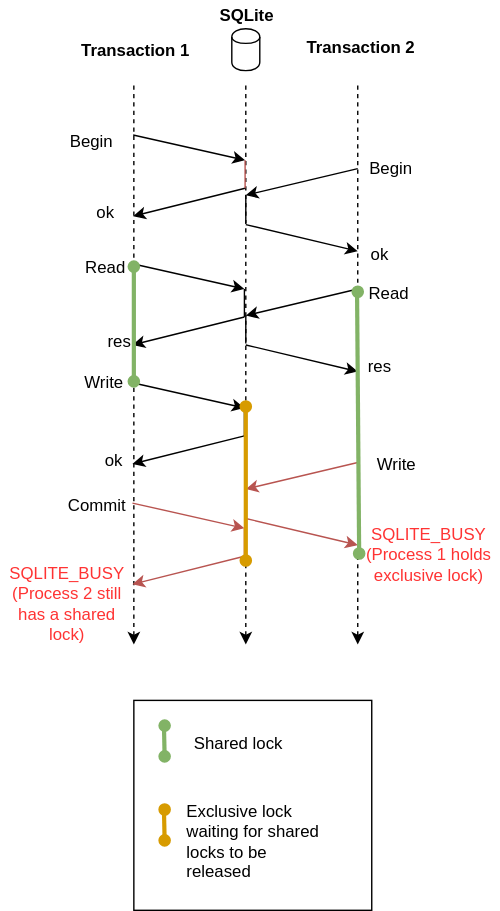
Above: public/images/deadlock.svg in activesphere/activesphere.github.io (draw.io), before the change. Source tidied: cells renumbered, new cells last; positions are measured from the earlier drawing's top-left corner, leaving out a move shared by most shapes.
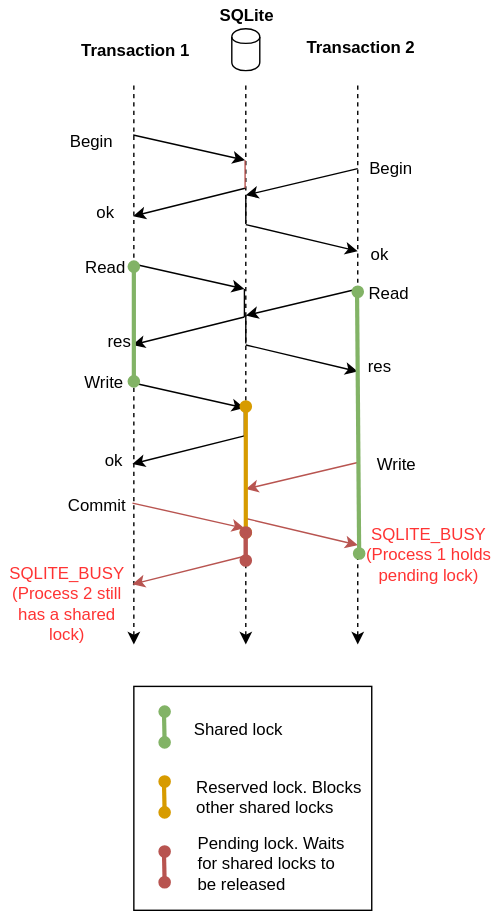
Above is the later version.

Commit message:
more sqlite post updates

What changed in the source:
```diff
@@ -194,7 +194,7 @@
     <mxCell id="41" value="Commit&lt;br&gt;" style="text;html=1;strokeColor=none;fillColor=none;align=center;verticalAlign=middle;whiteSpace=wrap;rounded=0;" parent="1" vertex="1">
       <mxGeometry x="45" y="350" width="48" height="20" as="geometry" />
     </mxCell>
-    <mxCell id="42" value="SQLITE_BUSY (Process 1 holds exclusive lock)&lt;br&gt;" style="text;html=1;strokeColor=none;fillColor=none;align=center;verticalAlign=middle;whiteSpace=wrap;rounded=0;fontColor=#FF3333;" parent="1" vertex="1">
+    <mxCell id="42" value="SQLITE_BUSY (Process 1 holds pending lock)&lt;br&gt;" style="text;html=1;strokeColor=none;fillColor=none;align=center;verticalAlign=middle;whiteSpace=wrap;rounded=0;fontColor=#FF3333;" parent="1" vertex="1">
       <mxGeometry x="256" y="380" width="100" height="30" as="geometry" />
     </mxCell>
     <mxCell id="43" value="SQLITE_BUSY (Process 2 still has a shared lock)&lt;br&gt;" style="text;html=1;strokeColor=none;fillColor=none;align=center;verticalAlign=middle;whiteSpace=wrap;rounded=0;fontColor=#FF3333;" parent="1" vertex="1">
@@ -206,37 +206,52 @@
         <mxPoint x="95" y="190" as="targetPoint" />
       </mxGeometry>
     </mxCell>
-    <mxCell id="45" style="endArrow=oval;html=1;strokeWidth=3;fillColor=#ffe6cc;strokeColor=#d79b00;startArrow=oval;startFill=1;endFill=1;" parent="1" edge="1">
+    <mxCell id="45" style="endArrow=oval;html=1;entryX=1;entryY=0.5;exitX=0;exitY=0.5;strokeWidth=3;fillColor=#d5e8d4;strokeColor=#82b366;startArrow=oval;startFill=1;endFill=1;" parent="1" edge="1" source="42">
       <mxGeometry relative="1" as="geometry">
-        <mxPoint x="175" y="400" as="sourcePoint" />
-        <mxPoint x="175" y="290" as="targetPoint" />
+        <mxPoint x="254.5" y="208" as="targetPoint" />
       </mxGeometry>
     </mxCell>
-    <mxCell id="46" style="endArrow=oval;html=1;entryX=1;entryY=0.5;exitX=0;exitY=0.5;strokeWidth=3;fillColor=#d5e8d4;strokeColor=#82b366;startArrow=oval;startFill=1;endFill=1;" parent="1" edge="1" source="42">
-      <mxGeometry relative="1" as="geometry">
-        <mxPoint x="254.5" y="208" as="targetPoint" />
-      </mxGeometry>
+    <mxCell id="46" style="rounded=0;whiteSpace=wrap;html=1;" parent="1" vertex="1">
+      <mxGeometry x="95" y="490" width="170" height="160" as="geometry" />
     </mxCell>
-    <mxCell id="47" style="rounded=0;whiteSpace=wrap;html=1;" parent="1" vertex="1">
-      <mxGeometry x="95" y="500" width="170" height="150" as="geometry" />
+    <mxCell id="47" style="endArrow=oval;html=1;entryX=1;entryY=0.5;strokeWidth=3;fillColor=#d5e8d4;strokeColor=#82b366;startArrow=oval;startFill=1;endFill=1;" parent="1" edge="1">
+      <mxGeometry relative="1" as="geometry">
+        <mxPoint x="117" y="530" as="sourcePoint" />
+        <mxPoint x="116.5" y="508" as="targetPoint" />
+      </mxGeometry>
     </mxCell>
-    <mxCell id="48" style="endArrow=oval;html=1;entryX=1;entryY=0.5;strokeWidth=3;fillColor=#d5e8d4;strokeColor=#82b366;startArrow=oval;startFill=1;endFill=1;" parent="1" edge="1">
-      <mxGeometry relative="1" as="geometry">
-        <mxPoint x="117" y="540" as="sourcePoint" />
-        <mxPoint x="116.5" y="518" as="targetPoint" />
-      </mxGeometry>
+    <mxCell id="48" value="Shared lock" style="text;html=1;strokeColor=none;fillColor=none;align=center;verticalAlign=middle;whiteSpace=wrap;rounded=0;" parent="1" vertex="1">
+      <mxGeometry x="135" y="510" width="70" height="20" as="geometry" />
     </mxCell>
-    <mxCell id="49" value="Shared lock" style="text;html=1;strokeColor=none;fillColor=none;align=center;verticalAlign=middle;whiteSpace=wrap;rounded=0;" parent="1" vertex="1">
-      <mxGeometry x="135" y="520" width="70" height="20" as="geometry" />
+    <mxCell id="49" style="endArrow=oval;html=1;entryX=1;entryY=0.5;strokeWidth=3;fillColor=#f8cecc;strokeColor=#b85450;startArrow=oval;startFill=1;endFill=1;" parent="1" edge="1">
+      <mxGeometry relative="1" as="geometry">
+        <mxPoint x="117" y="630" as="sourcePoint" />
+        <mxPoint x="116.5" y="608" as="targetPoint" />
+      </mxGeometry>
     </mxCell>
-    <mxCell id="50" style="endArrow=oval;html=1;entryX=1;entryY=0.5;strokeWidth=3;fillColor=#ffe6cc;strokeColor=#d79b00;startArrow=oval;startFill=1;endFill=1;" parent="1" edge="1">
-      <mxGeometry relative="1" as="geometry">
-        <mxPoint x="117" y="600" as="sourcePoint" />
-        <mxPoint x="116.5" y="578" as="targetPoint" />
-      </mxGeometry>
+    <mxCell id="50" value="Pending lock. Waits for shared locks to be released" style="text;html=1;strokeColor=none;fillColor=none;align=left;verticalAlign=middle;whiteSpace=wrap;rounded=0;" parent="1" vertex="1">
+      <mxGeometry x="139" y="591" width="116" height="49" as="geometry" />
     </mxCell>
-    <mxCell id="51" value="Exclusive lock waiting for shared locks to be released" style="text;html=1;strokeColor=none;fillColor=none;align=left;verticalAlign=middle;whiteSpace=wrap;rounded=0;" parent="1" vertex="1">
-      <mxGeometry x="131" y="560" width="108" height="80" as="geometry" />
+    <mxCell id="51" style="endArrow=oval;html=1;strokeWidth=3;fillColor=#ffe6cc;strokeColor=#d79b00;startArrow=oval;startFill=1;endFill=1;" parent="1" edge="1">
+      <mxGeometry relative="1" as="geometry">
+        <mxPoint x="175" y="380" as="sourcePoint" />
+        <mxPoint x="175" y="290" as="targetPoint" />
+      </mxGeometry>
     </mxCell>
+    <mxCell id="52" style="endArrow=oval;html=1;entryX=1;entryY=0.5;strokeWidth=3;fillColor=#ffe6cc;strokeColor=#d79b00;startArrow=oval;startFill=1;endFill=1;" parent="1" edge="1">
+      <mxGeometry relative="1" as="geometry">
+        <mxPoint x="117" y="580" as="sourcePoint" />
+        <mxPoint x="116.5" y="558" as="targetPoint" />
+      </mxGeometry>
+    </mxCell>
+    <mxCell id="53" value="&lt;div style=&quot;text-align: left&quot;&gt;&lt;span&gt;Reserved lock. Blocks other shared locks&lt;/span&gt;&lt;/div&gt;" style="text;html=1;strokeColor=none;fillColor=none;align=center;verticalAlign=middle;whiteSpace=wrap;rounded=0;" parent="1" vertex="1">
+      <mxGeometry x="139" y="554" width="130" height="30" as="geometry" />
+    </mxCell>
+    <mxCell id="54" style="endArrow=oval;html=1;strokeWidth=3;fillColor=#f8cecc;strokeColor=#b85450;startArrow=oval;startFill=1;endFill=1;" parent="1" edge="1">
+      <mxGeometry relative="1" as="geometry">
+        <mxPoint x="175" y="400" as="sourcePoint" />
+        <mxPoint x="175" y="380" as="targetPoint" />
+      </mxGeometry>
+    </mxCell>
   </root>
 </mxGraphModel>
```
